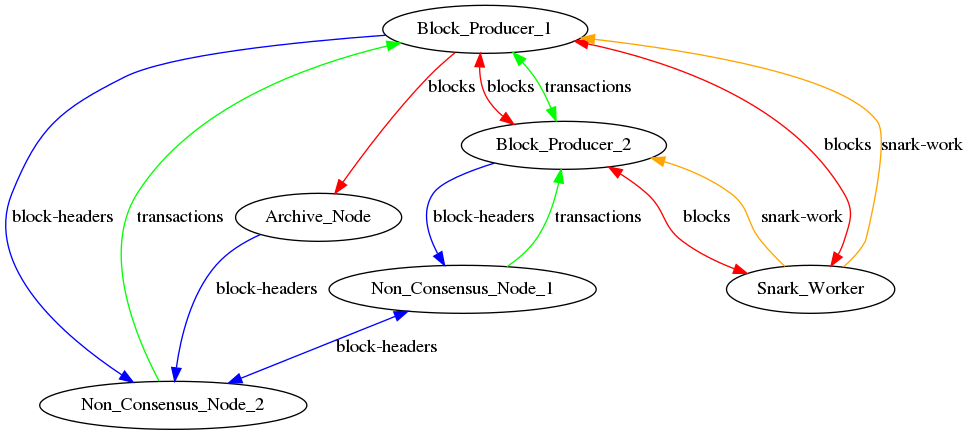
Before: docs/res/non_consensus_gossip.png, a diagram exported from Graphviz (MinaProtocol/mina). Its source is kept beside it as docs/res/non_consensus_gossip.dot. Its diagram source:
```dot
digraph G {
    Block_Producer_1 -> Non_Consensus_Node_2 [label="block-headers", color=blue];
    Block_Producer_1 -> Block_Producer_2 [label="blocks", color=red, dir="both"];
    Block_Producer_1 -> Block_Producer_2 [label="transactions", color=green, dir="both"];
    Block_Producer_1 -> Archive_Node [label="blocks", color=red];

    Block_Producer_2 -> Snark_Worker  [label="blocks", color=red, dir="both"];
    Block_Producer_2 -> Non_Consensus_Node_1 [label="block-headers",color=blue];

    Snark_Worker -> Block_Producer_1 [label="blocks", color=red, dir="both"];
    Snark_Worker -> Block_Producer_1 [label="snark-work", color=orange];
    Snark_Worker -> Block_Producer_2 [label="snark-work", color=orange];

    Archive_Node -> Non_Consensus_Node_2 [label="block-headers", color=blue];

    Non_Consensus_Node_1 -> Block_Producer_2 [label="transactions", color=green];
    Non_Consensus_Node_2 -> Block_Producer_1 [label="transactions", color=green];
    Non_Consensus_Node_1 -> Non_Consensus_Node_2 [label="block-headers", color=blue, dir="both"];

}
```
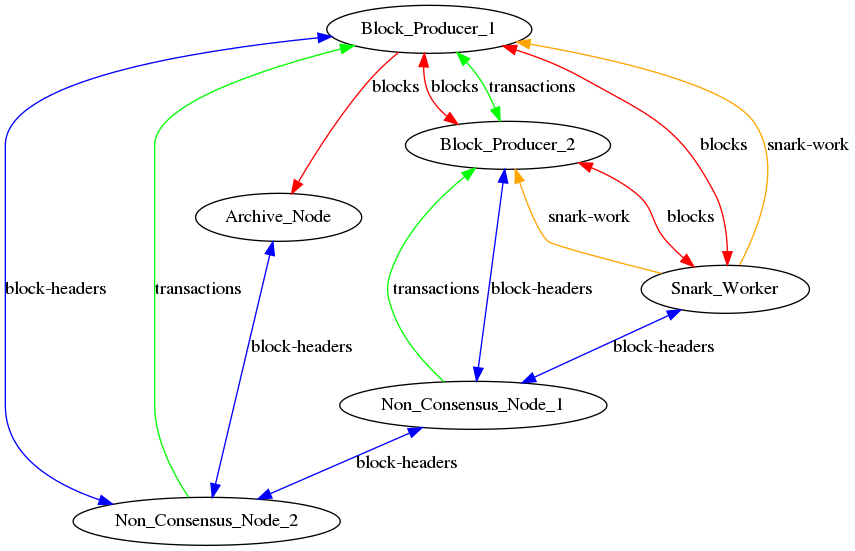
After the change.

Change to the diagram source:
```diff
@@ -1,20 +1,22 @@
 digraph G {
-    Block_Producer_1 -> Non_Consensus_Node_2 [label="block-headers", color=blue];
+    Block_Producer_1 -> Non_Consensus_Node_2 [label="block-headers", color=blue, dir="both"];
     Block_Producer_1 -> Block_Producer_2 [label="blocks", color=red, dir="both"];
     Block_Producer_1 -> Block_Producer_2 [label="transactions", color=green, dir="both"];
     Block_Producer_1 -> Archive_Node [label="blocks", color=red];
 
     Block_Producer_2 -> Snark_Worker  [label="blocks", color=red, dir="both"];
-    Block_Producer_2 -> Non_Consensus_Node_1 [label="block-headers",color=blue];
+    Block_Producer_2 -> Non_Consensus_Node_1 [label="block-headers",color=blue, dir="both"];
 
     Snark_Worker -> Block_Producer_1 [label="blocks", color=red, dir="both"];
     Snark_Worker -> Block_Producer_1 [label="snark-work", color=orange];
     Snark_Worker -> Block_Producer_2 [label="snark-work", color=orange];
 
-    Archive_Node -> Non_Consensus_Node_2 [label="block-headers", color=blue];
+    Archive_Node -> Non_Consensus_Node_2 [label="block-headers", color=blue, dir="both"];
 
     Non_Consensus_Node_1 -> Block_Producer_2 [label="transactions", color=green];
     Non_Consensus_Node_2 -> Block_Producer_1 [label="transactions", color=green];
     Non_Consensus_Node_1 -> Non_Consensus_Node_2 [label="block-headers", color=blue, dir="both"];
 
+    Snark_Worker -> Non_Consensus_Node_1 [label="block-headers", color=blue, dir="both"];
+
 }
```
